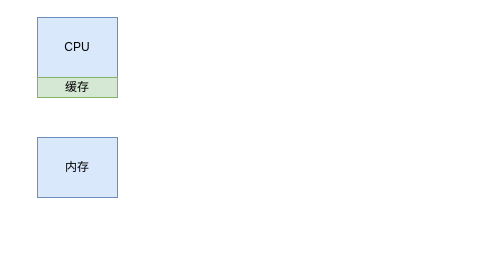
This is page "多核调度" (8 of 8) of 操作系统：进程调度6.drawio from Vinson-001/Blog-flow-chart, a draw.io file, before an edit. Source tidied: cells renumbered, new cells numbered last; positions are measured from the earlier drawing's top-left corner, leaving out a move shared by most shapes. Both pictures are drawn from the tidied source at 100%, with x=0, y=0 at pixel (37, 17).
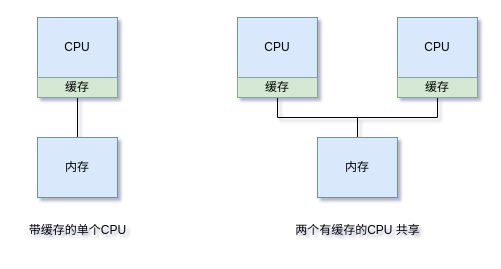
After the change.

Commit message:
更新操作系统：进程调度6.drawio

The edit, as a diff of the source:
```diff
@@
-<mxGraphModel>
+<mxGraphModel shadow="1">
   <root>
     <mxCell id="0" />
     <mxCell id="1" parent="0" />
     <mxCell id="2" value="CPU" style="rounded=0;whiteSpace=wrap;html=1;fillColor=#dae8fc;strokeColor=#6c8ebf;" parent="1" vertex="1">
       <mxGeometry width="80" height="60" as="geometry" />
     </mxCell>
+    <mxCell id="5" style="edgeStyle=orthogonalEdgeStyle;rounded=0;jettySize=auto;html=1;exitX=0.5;exitY=1;exitDx=0;exitDy=0;entryX=0.5;entryY=0;entryDx=0;entryDy=0;endArrow=none;endFill=0;" parent="1" edge="1" source="3" target="4">
+      <mxGeometry relative="1" as="geometry" />
+    </mxCell>
     <mxCell id="3" value="缓存" style="rounded=0;whiteSpace=wrap;html=1;fillColor=#d5e8d4;strokeColor=#82b366;" parent="1" vertex="1">
       <mxGeometry y="60" width="80" height="20" as="geometry" />
     </mxCell>
     <mxCell id="4" value="内存" style="rounded=0;whiteSpace=wrap;html=1;fillColor=#dae8fc;strokeColor=#6c8ebf;" parent="1" vertex="1">
       <mxGeometry y="120" width="80" height="60" as="geometry" />
     </mxCell>
+    <mxCell id="6" value="CPU" style="rounded=0;whiteSpace=wrap;html=1;fillColor=#dae8fc;strokeColor=#6c8ebf;" parent="1" vertex="1">
+      <mxGeometry x="200" width="80" height="60" as="geometry" />
+    </mxCell>
+    <mxCell id="7" style="edgeStyle=orthogonalEdgeStyle;rounded=0;jettySize=auto;html=1;exitX=0.5;exitY=1;exitDx=0;exitDy=0;entryX=0.5;entryY=1;entryDx=0;entryDy=0;endArrow=none;endFill=0;" parent="1" edge="1" source="8" target="10">
+      <mxGeometry relative="1" as="geometry" />
+    </mxCell>
+    <mxCell id="8" value="缓存" style="rounded=0;whiteSpace=wrap;html=1;fillColor=#d5e8d4;strokeColor=#82b366;" parent="1" vertex="1">
+      <mxGeometry x="200" y="60" width="80" height="20" as="geometry" />
+    </mxCell>
+    <mxCell id="9" value="CPU" style="rounded=0;whiteSpace=wrap;html=1;fillColor=#dae8fc;strokeColor=#6c8ebf;" parent="1" vertex="1">
+      <mxGeometry x="360" width="80" height="60" as="geometry" />
+    </mxCell>
+    <mxCell id="10" value="缓存" style="rounded=0;whiteSpace=wrap;html=1;fillColor=#d5e8d4;strokeColor=#82b366;" parent="1" vertex="1">
+      <mxGeometry x="360" y="60" width="80" height="20" as="geometry" />
+    </mxCell>
+    <mxCell id="11" style="edgeStyle=orthogonalEdgeStyle;rounded=0;jettySize=auto;html=1;exitX=0.5;exitY=0;exitDx=0;exitDy=0;endArrow=none;endFill=0;" parent="1" edge="1" source="12">
+      <mxGeometry relative="1" as="geometry">
+        <mxPoint x="320" y="100" as="targetPoint" />
+      </mxGeometry>
+    </mxCell>
+    <mxCell id="12" value="内存" style="rounded=0;whiteSpace=wrap;html=1;fillColor=#dae8fc;strokeColor=#6c8ebf;" parent="1" vertex="1">
+      <mxGeometry x="280" y="120" width="80" height="60" as="geometry" />
+    </mxCell>
+    <mxCell id="13" value="带缓存的单个CPU" style="text;html=1;align=center;verticalAlign=middle;strokeColor=none;fillColor=none;" parent="1" vertex="1">
+      <mxGeometry x="-20" y="198" width="120" height="30" as="geometry" />
+    </mxCell>
+    <mxCell id="14" value="两个有缓存的CPU 共享" style="text;html=1;align=center;verticalAlign=middle;strokeColor=none;fillColor=none;" parent="1" vertex="1">
+      <mxGeometry x="245" y="198" width="150" height="30" as="geometry" />
+    </mxCell>
   </root>
 </mxGraphModel>
```
